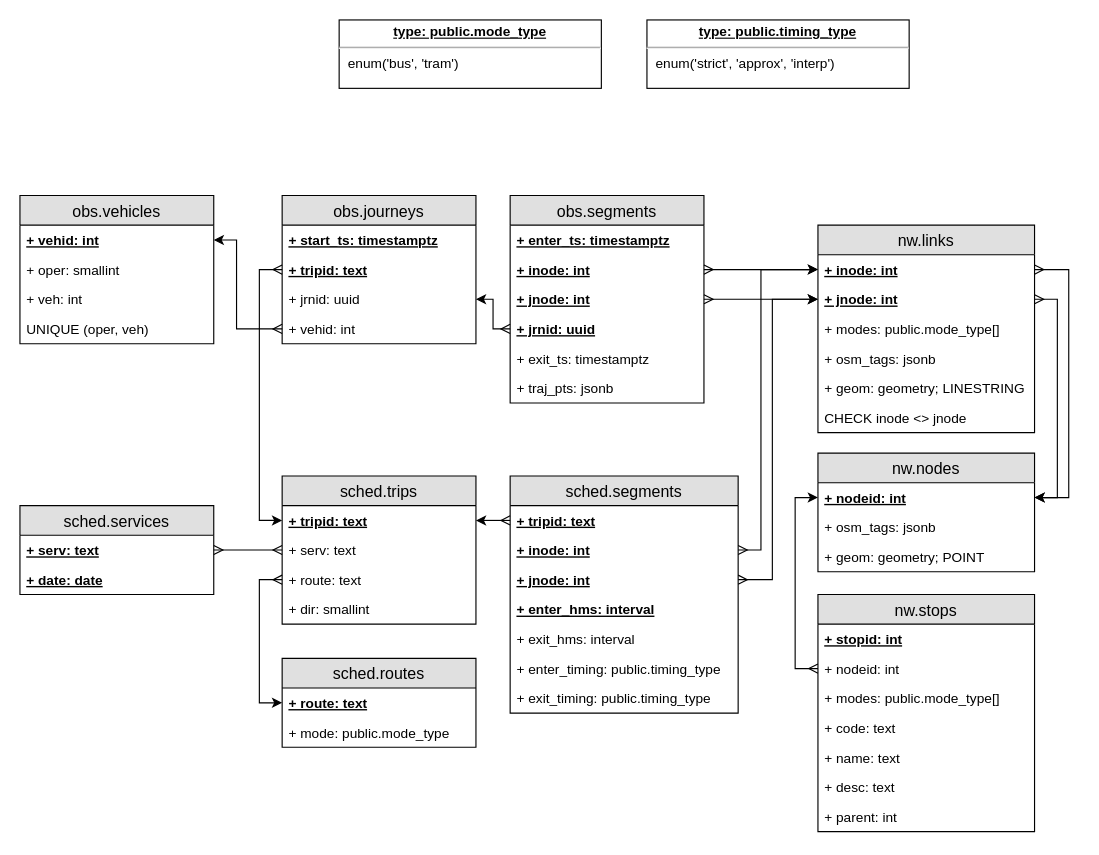
datarttu/sujuikoDB keeps this draw.io diagram as docs/sujuikoDB.drawio. Above is the earlier version. Source tidied: cells renumbered, new cells numbered last; positions are measured from the earlier drawing's top-left corner, leaving out a move shared by most shapes. Both pictures are drawn from the tidied source at 114%, with x=0, y=0 at pixel (19, 19).
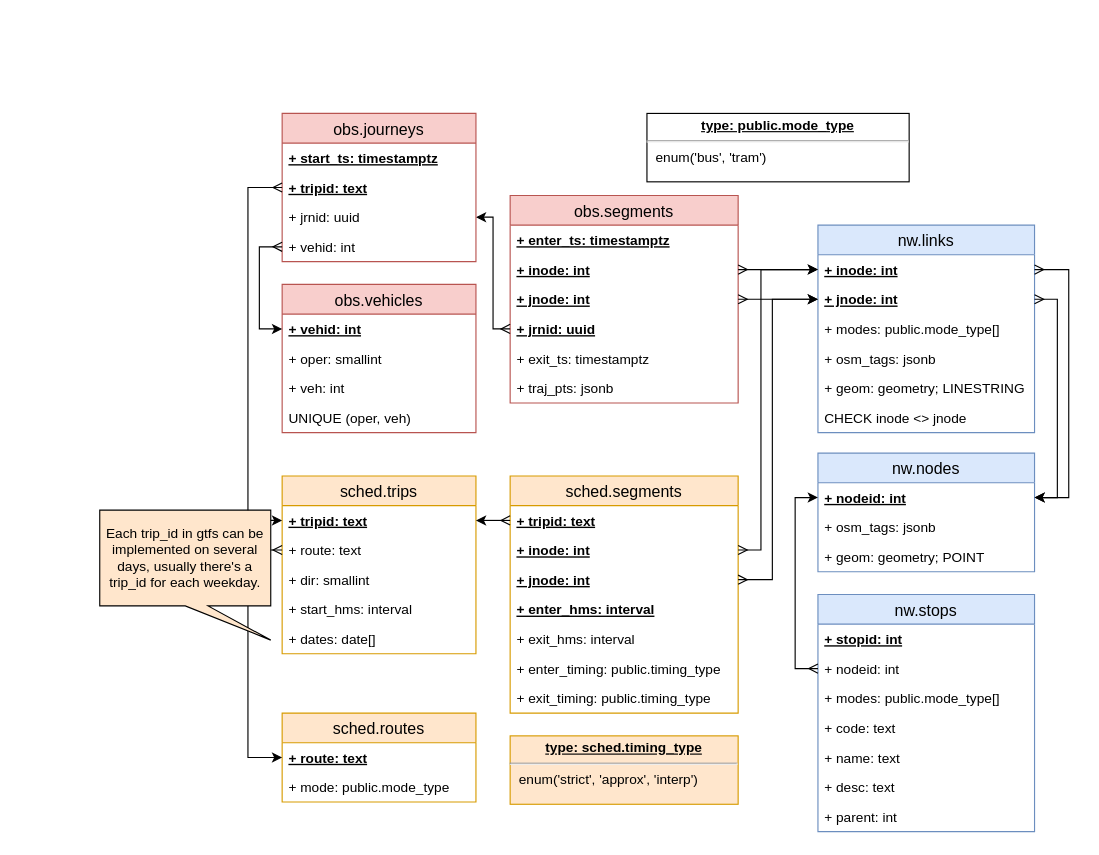
The same diagram, later.

Unchanged cells that the change refers to:
```xml
<mxCell id="18" value="+ nodeid: int" style="text;strokeColor=none;fillColor=none;spacingLeft=4;spacingRight=4;overflow=hidden;points=[[0,0.5],[1,0.5]];portConstraint=eastwest;fontSize=12;fontStyle=5;" parent="17" vertex="1">
  <mxGeometry y="26" width="190" height="26" as="geometry" />
</mxCell>
<mxCell id="23" value="+ nodeid: int" style="text;strokeColor=none;fillColor=none;spacingLeft=4;spacingRight=4;overflow=hidden;points=[[0,0.5],[1,0.5]];portConstraint=eastwest;fontSize=12;" parent="21" vertex="1">
  <mxGeometry y="52" width="190" height="26" as="geometry" />
</mxCell>
<mxCell id="30" value="+ tripid: text" style="text;strokeColor=none;fillColor=none;spacingLeft=4;spacingRight=4;overflow=hidden;points=[[0,0.5],[1,0.5]];portConstraint=eastwest;fontSize=12;fontStyle=5;" parent="29" vertex="1">
  <mxGeometry y="26" width="170" height="26" as="geometry" />
</mxCell>
<mxCell id="43" value="+ route: text" style="text;strokeColor=none;fillColor=none;spacingLeft=4;spacingRight=4;overflow=hidden;points=[[0,0.5],[1,0.5]];portConstraint=eastwest;fontSize=12;fontStyle=5;" parent="42" vertex="1">
  <mxGeometry y="26" width="170" height="26" as="geometry" />
</mxCell>
<mxCell id="52" value="+ tripid: text" style="text;strokeColor=none;fillColor=none;spacingLeft=4;spacingRight=4;overflow=hidden;points=[[0,0.5],[1,0.5]];portConstraint=eastwest;fontSize=12;fontStyle=5;" parent="50" vertex="1">
  <mxGeometry y="52" width="170" height="26" as="geometry" />
</mxCell>
<mxCell id="54" value="+ vehid: int" style="text;strokeColor=none;fillColor=none;spacingLeft=4;spacingRight=4;overflow=hidden;points=[[0,0.5],[1,0.5]];portConstraint=eastwest;fontSize=12;" parent="50" vertex="1">
  <mxGeometry y="104" width="170" height="26" as="geometry" />
</mxCell>
<mxCell id="66" value="+ vehid: int" style="text;strokeColor=none;fillColor=none;spacingLeft=4;spacingRight=4;overflow=hidden;points=[[0,0.5],[1,0.5]];portConstraint=eastwest;fontSize=12;fontStyle=5;" parent="65" vertex="1">
  <mxGeometry y="26" width="170" height="26" as="geometry" />
</mxCell>
```

Change to the diagram source:
```diff
@@
-    <mxCell id="2" value="obs.segments" style="swimlane;fontStyle=0;horizontal=1;startSize=26;fillColor=#e0e0e0;swimlaneFillColor=#ffffff;align=center;fontSize=14;" parent="1" vertex="1">
-      <mxGeometry x="430" y="154" width="170" height="182" as="geometry" />
+    <mxCell id="2" value="obs.segments" style="swimlane;fontStyle=0;horizontal=1;startSize=26;fillColor=#f8cecc;swimlaneFillColor=#ffffff;align=center;fontSize=14;strokeColor=#b85450;" parent="1" vertex="1">
+      <mxGeometry x="430" y="154" width="200" height="182" as="geometry" />
     </mxCell>
     <mxCell id="3" value="+ enter_ts: timestamptz" style="text;strokeColor=none;fillColor=none;spacingLeft=4;spacingRight=4;overflow=hidden;fontSize=12;fontStyle=5;" parent="2" vertex="1">
-      <mxGeometry y="26" width="170" height="26" as="geometry" />
+      <mxGeometry y="26" width="200" height="26" as="geometry" />
     </mxCell>
     <mxCell id="4" value="+ inode: int" style="text;strokeColor=none;fillColor=none;spacingLeft=4;spacingRight=4;overflow=hidden;points=[[0,0.5],[1,0.5]];portConstraint=eastwest;fontSize=12;fontStyle=5;" parent="2" vertex="1">
-      <mxGeometry y="52" width="170" height="26" as="geometry" />
+      <mxGeometry y="52" width="200" height="26" as="geometry" />
     </mxCell>
     <mxCell id="5" value="+ jnode: int" style="text;strokeColor=none;fillColor=none;spacingLeft=4;spacingRight=4;overflow=hidden;points=[[0,0.5],[1,0.5]];portConstraint=eastwest;fontSize=12;fontStyle=5;" parent="2" vertex="1">
-      <mxGeometry y="78" width="170" height="26" as="geometry" />
+      <mxGeometry y="78" width="200" height="26" as="geometry" />
     </mxCell>
     <mxCell id="6" value="+ jrnid: uuid" style="text;strokeColor=none;fillColor=none;spacingLeft=4;spacingRight=4;overflow=hidden;points=[[0,0.5],[1,0.5]];portConstraint=eastwest;fontSize=12;fontStyle=5;" parent="2" vertex="1">
-      <mxGeometry y="104" width="170" height="26" as="geometry" />
+      <mxGeometry y="104" width="200" height="26" as="geometry" />
     </mxCell>
     <mxCell id="7" value="+ exit_ts: timestamptz" style="text;strokeColor=none;fillColor=none;spacingLeft=4;spacingRight=4;overflow=hidden;fontSize=12;" parent="2" vertex="1">
-      <mxGeometry y="130" width="170" height="26" as="geometry" />
+      <mxGeometry y="130" width="200" height="26" as="geometry" />
     </mxCell>
     <mxCell id="8" value="+ traj_pts: jsonb" style="text;strokeColor=none;fillColor=none;spacingLeft=4;spacingRight=4;overflow=hidden;fontSize=12;" parent="2" vertex="1">
-      <mxGeometry y="156" width="170" height="26" as="geometry" />
+      <mxGeometry y="156" width="200" height="26" as="geometry" />
     </mxCell>
-    <mxCell id="9" value="nw.links" style="swimlane;fontStyle=0;horizontal=1;startSize=26;fillColor=#e0e0e0;swimlaneFillColor=#ffffff;align=center;fontSize=14;" parent="1" vertex="1">
+    <mxCell id="9" value="nw.links" style="swimlane;fontStyle=0;horizontal=1;startSize=26;fillColor=#dae8fc;swimlaneFillColor=#ffffff;align=center;fontSize=14;strokeColor=#6c8ebf;" parent="1" vertex="1">
       <mxGeometry x="700" y="180" width="190" height="182" as="geometry" />
     </mxCell>
@@
     <mxCell id="16" value="&lt;p style=&quot;margin: 0px ; margin-top: 4px ; text-align: center ; text-decoration: underline&quot;&gt;&lt;b&gt;type: public.mode_type&lt;/b&gt;&lt;/p&gt;&lt;hr&gt;&lt;p style=&quot;margin: 0px ; margin-left: 8px&quot;&gt;enum(&lt;span class=&quot;pl-s&quot;&gt;&lt;span class=&quot;pl-pds&quot;&gt;'&lt;/span&gt;bus&lt;span class=&quot;pl-pds&quot;&gt;'&lt;/span&gt;&lt;/span&gt;, &lt;span class=&quot;pl-s&quot;&gt;&lt;span class=&quot;pl-pds&quot;&gt;'&lt;/span&gt;tram&lt;span class=&quot;pl-pds&quot;&gt;'&lt;/span&gt;&lt;/span&gt;)&lt;/p&gt;" style="verticalAlign=top;align=left;overflow=fill;fontSize=12;fontFamily=Helvetica;html=1;" parent="1" vertex="1">
-      <mxGeometry x="280" width="230" height="60" as="geometry" />
+      <mxGeometry x="550" y="82" width="230" height="60" as="geometry" />
     </mxCell>
-    <mxCell id="17" value="nw.nodes" style="swimlane;fontStyle=0;horizontal=1;startSize=26;fillColor=#e0e0e0;swimlaneFillColor=#ffffff;align=center;fontSize=14;" parent="1" vertex="1">
+    <mxCell id="17" value="nw.nodes" style="swimlane;fontStyle=0;horizontal=1;startSize=26;fillColor=#dae8fc;swimlaneFillColor=#ffffff;align=center;fontSize=14;strokeColor=#6c8ebf;" parent="1" vertex="1">
       <mxGeometry x="700" y="380" width="190" height="104" as="geometry" />
     </mxCell>
@@
-    <mxCell id="21" value="nw.stops" style="swimlane;fontStyle=0;horizontal=1;startSize=26;fillColor=#e0e0e0;swimlaneFillColor=#ffffff;align=center;fontSize=14;" parent="1" vertex="1">
+    <mxCell id="21" value="nw.stops" style="swimlane;fontStyle=0;horizontal=1;startSize=26;fillColor=#dae8fc;swimlaneFillColor=#ffffff;align=center;fontSize=14;strokeColor=#6c8ebf;" parent="1" vertex="1">
       <mxGeometry x="700" y="504" width="190" height="208" as="geometry" />
     </mxCell>
@@
-    <mxCell id="29" value="sched.trips" style="swimlane;fontStyle=0;horizontal=1;startSize=26;fillColor=#e0e0e0;swimlaneFillColor=#ffffff;align=center;fontSize=14;" parent="1" vertex="1">
-      <mxGeometry x="230" y="400" width="170" height="130" as="geometry" />
+    <mxCell id="29" value="sched.trips" style="swimlane;fontStyle=0;horizontal=1;startSize=26;fillColor=#ffe6cc;swimlaneFillColor=#ffffff;align=center;fontSize=14;strokeColor=#d79b00;" parent="1" vertex="1">
+      <mxGeometry x="230" y="400" width="170" height="156" as="geometry" />
     </mxCell>
@@
-    <mxCell id="31" value="+ serv: text" style="text;strokeColor=none;fillColor=none;spacingLeft=4;spacingRight=4;overflow=hidden;points=[[0,0.5],[1,0.5]];portConstraint=eastwest;fontSize=12;" parent="29" vertex="1">
-      <mxGeometry y="52" width="170" height="26" as="geometry" />
-    </mxCell>
     <mxCell id="32" value="+ route: text" style="text;strokeColor=none;fillColor=none;spacingLeft=4;spacingRight=4;overflow=hidden;points=[[0,0.5],[1,0.5]];portConstraint=eastwest;fontSize=12;" parent="29" vertex="1">
-      <mxGeometry y="78" width="170" height="26" as="geometry" />
+      <mxGeometry y="52" width="170" height="26" as="geometry" />
     </mxCell>
     <mxCell id="33" value="+ dir: smallint" style="text;strokeColor=none;fillColor=none;spacingLeft=4;spacingRight=4;overflow=hidden;fontSize=12;" parent="29" vertex="1">
-      <mxGeometry y="104" width="170" height="26" as="geometry" />
+      <mxGeometry y="78" width="170" height="26" as="geometry" />
     </mxCell>
+    <mxCell id="72" value="+ start_hms: interval" style="text;strokeColor=none;fillColor=none;spacingLeft=4;spacingRight=4;overflow=hidden;fontSize=12;" parent="29" vertex="1">
+      <mxGeometry y="104" width="170" height="26" as="geometry" />
+    </mxCell>
+    <mxCell id="73" value="+ dates: date[]" style="text;strokeColor=none;fillColor=none;spacingLeft=4;spacingRight=4;overflow=hidden;fontSize=12;" parent="29" vertex="1">
+      <mxGeometry y="130" width="170" height="26" as="geometry" />
+    </mxCell>
-    <mxCell id="34" value="sched.segments" style="swimlane;fontStyle=0;horizontal=1;startSize=26;fillColor=#e0e0e0;swimlaneFillColor=#ffffff;align=center;fontSize=14;" parent="1" vertex="1">
+    <mxCell id="34" value="sched.segments" style="swimlane;fontStyle=0;horizontal=1;startSize=26;fillColor=#ffe6cc;swimlaneFillColor=#ffffff;align=center;fontSize=14;strokeColor=#d79b00;" parent="1" vertex="1">
       <mxGeometry x="430" y="400" width="200" height="208" as="geometry" />
     </mxCell>
@@
-    <mxCell id="42" value="sched.routes" style="swimlane;fontStyle=0;horizontal=1;startSize=26;fillColor=#e0e0e0;swimlaneFillColor=#ffffff;align=center;fontSize=14;" parent="1" vertex="1">
-      <mxGeometry x="230" y="560" width="170" height="78" as="geometry" />
+    <mxCell id="42" value="sched.routes" style="swimlane;fontStyle=0;horizontal=1;startSize=26;fillColor=#ffe6cc;swimlaneFillColor=#ffffff;align=center;fontSize=14;strokeColor=#d79b00;" parent="1" vertex="1">
+      <mxGeometry x="230" y="608" width="170" height="78" as="geometry" />
     </mxCell>
@@
-    <mxCell id="50" value="obs.journeys" style="swimlane;fontStyle=0;horizontal=1;startSize=26;fillColor=#e0e0e0;swimlaneFillColor=#ffffff;align=center;fontSize=14;" parent="1" vertex="1">
-      <mxGeometry x="230" y="154" width="170" height="130" as="geometry" />
+    <mxCell id="50" value="obs.journeys" style="swimlane;fontStyle=0;horizontal=1;startSize=26;fillColor=#f8cecc;swimlaneFillColor=#ffffff;align=center;fontSize=14;strokeColor=#b85450;" parent="1" vertex="1">
+      <mxGeometry x="230" y="82" width="170" height="130" as="geometry" />
     </mxCell>
@@
     <mxCell id="55" style="edgeStyle=elbowEdgeStyle;rounded=0;jettySize=auto;html=1;exitX=0;exitY=0.5;exitDx=0;exitDy=0;entryX=0;entryY=0.5;entryDx=0;entryDy=0;startArrow=ERmany;startFill=0;" parent="1" edge="1" source="52" target="30">
       <mxGeometry relative="1" as="geometry">
         <Array as="points">
-          <mxPoint x="210" y="310" />
+          <mxPoint x="200" y="300" />
         </Array>
       </mxGeometry>
     </mxCell>
-    <mxCell id="56" value="&lt;p style=&quot;margin: 0px ; margin-top: 4px ; text-align: center ; text-decoration: underline&quot;&gt;&lt;b&gt;type: public.timing_type&lt;/b&gt;&lt;/p&gt;&lt;hr&gt;&lt;p style=&quot;margin: 0px ; margin-left: 8px&quot;&gt;enum('strict', 'approx', 'interp')&lt;/p&gt;" style="verticalAlign=top;align=left;overflow=fill;fontSize=12;fontFamily=Helvetica;html=1;" parent="1" vertex="1">
-      <mxGeometry x="550" width="230" height="60" as="geometry" />
+    <mxCell id="56" value="&lt;p style=&quot;margin: 0px ; margin-top: 4px ; text-align: center ; text-decoration: underline&quot;&gt;&lt;b&gt;type: sched.timing_type&lt;/b&gt;&lt;/p&gt;&lt;hr&gt;&lt;p style=&quot;margin: 0px ; margin-left: 8px&quot;&gt;enum('strict', 'approx', 'interp')&lt;/p&gt;" style="verticalAlign=top;align=left;overflow=fill;fontSize=12;fontFamily=Helvetica;html=1;fillColor=#ffe6cc;strokeColor=#d79b00;" parent="1" vertex="1">
+      <mxGeometry x="430" y="628" width="200" height="60" as="geometry" />
     </mxCell>
@@
     <mxCell id="58" style="edgeStyle=elbowEdgeStyle;rounded=0;jettySize=auto;html=1;exitX=0;exitY=0.5;exitDx=0;exitDy=0;entryX=0;entryY=0.5;entryDx=0;entryDy=0;startArrow=ERmany;startFill=0;" parent="1" edge="1" source="32" target="43">
       <mxGeometry relative="1" as="geometry">
         <Array as="points">
-          <mxPoint x="210" y="527" />
+          <mxPoint x="200" y="530" />
         </Array>
       </mxGeometry>
     </mxCell>
-    <mxCell id="59" value="sched.services" style="swimlane;fontStyle=0;horizontal=1;startSize=26;fillColor=#e0e0e0;swimlaneFillColor=#ffffff;align=center;fontSize=14;" parent="1" vertex="1">
-      <mxGeometry y="426" width="170" height="78" as="geometry" />
-    </mxCell>
-    <mxCell id="60" value="+ serv: text" style="text;strokeColor=none;fillColor=none;spacingLeft=4;spacingRight=4;overflow=hidden;points=[[0,0.5],[1,0.5]];portConstraint=eastwest;fontSize=12;fontStyle=5;" parent="59" vertex="1">
-      <mxGeometry y="26" width="170" height="26" as="geometry" />
-    </mxCell>
-    <mxCell id="61" value="+ date: date" style="text;strokeColor=none;fillColor=none;spacingLeft=4;spacingRight=4;overflow=hidden;fontSize=12;fontStyle=5;" parent="59" vertex="1">
-      <mxGeometry y="52" width="170" height="26" as="geometry" />
-    </mxCell>
-    <mxCell id="62" style="edgeStyle=elbowEdgeStyle;rounded=0;jettySize=auto;html=1;exitX=0;exitY=0.5;exitDx=0;exitDy=0;entryX=1;entryY=0.5;entryDx=0;entryDy=0;startArrow=ERmany;startFill=0;endArrow=ERmany;endFill=0;" parent="1" edge="1" source="31" target="60">
-      <mxGeometry relative="1" as="geometry" />
-    </mxCell>
@@
-    <mxCell id="65" value="obs.vehicles" style="swimlane;fontStyle=0;horizontal=1;startSize=26;fillColor=#e0e0e0;swimlaneFillColor=#ffffff;align=center;fontSize=14;" parent="1" vertex="1">
-      <mxGeometry y="154" width="170" height="130" as="geometry" />
+    <mxCell id="65" value="obs.vehicles" style="swimlane;fontStyle=0;horizontal=1;startSize=26;fillColor=#f8cecc;swimlaneFillColor=#ffffff;align=center;fontSize=14;strokeColor=#b85450;" parent="1" vertex="1">
+      <mxGeometry x="230" y="232" width="170" height="130" as="geometry" />
     </mxCell>
@@
+    <mxCell id="71" style="edgeStyle=orthogonalEdgeStyle;rounded=0;jettySize=auto;html=1;exitX=0;exitY=0.5;exitDx=0;exitDy=0;entryX=0;entryY=0.5;entryDx=0;entryDy=0;startArrow=ERmany;startFill=0;" parent="1" edge="1" source="23" target="18">
+      <mxGeometry relative="1" as="geometry">
+        <Array as="points">
+          <mxPoint x="680" y="569" />
+          <mxPoint x="680" y="419" />
+        </Array>
+      </mxGeometry>
+    </mxCell>
-    <mxCell id="70" style="edgeStyle=orthogonalEdgeStyle;rounded=0;jettySize=auto;html=1;exitX=0;exitY=0.5;exitDx=0;exitDy=0;entryX=1;entryY=0.5;entryDx=0;entryDy=0;startArrow=ERmany;startFill=0;" parent="1" edge="1" source="54" target="66">
-      <mxGeometry relative="1" as="geometry">
-        <Array as="points">
-          <mxPoint x="190" y="271" />
-          <mxPoint x="190" y="193" />
-        </Array>
-      </mxGeometry>
+    <mxCell id="70" style="edgeStyle=orthogonalEdgeStyle;rounded=0;jettySize=auto;html=1;exitX=0;exitY=0.5;exitDx=0;exitDy=0;entryX=0;entryY=0.5;entryDx=0;entryDy=0;startArrow=ERmany;startFill=0;" parent="1" edge="1" source="54" target="66">
+      <mxGeometry relative="1" as="geometry" />
     </mxCell>
-    <mxCell id="71" style="edgeStyle=orthogonalEdgeStyle;rounded=0;jettySize=auto;html=1;exitX=0;exitY=0.5;exitDx=0;exitDy=0;entryX=0;entryY=0.5;entryDx=0;entryDy=0;startArrow=ERmany;startFill=0;" parent="1" edge="1" source="23" target="18">
-      <mxGeometry relative="1" as="geometry">
-        <Array as="points">
-          <mxPoint x="680" y="569" />
-          <mxPoint x="680" y="419" />
-        </Array>
-      </mxGeometry>
-    </mxCell>
+    <mxCell id="74" value="Each trip_id in gtfs can be implemented on several days, usually there's a trip_id for each weekday." style="shape=callout;whiteSpace=wrap;html=1;perimeter=calloutPerimeter;fillColor=#FFE6CC;position2=1;" parent="1" vertex="1">
+      <mxGeometry x="70" y="430" width="150" height="114" as="geometry" />
+    </mxCell>
```
